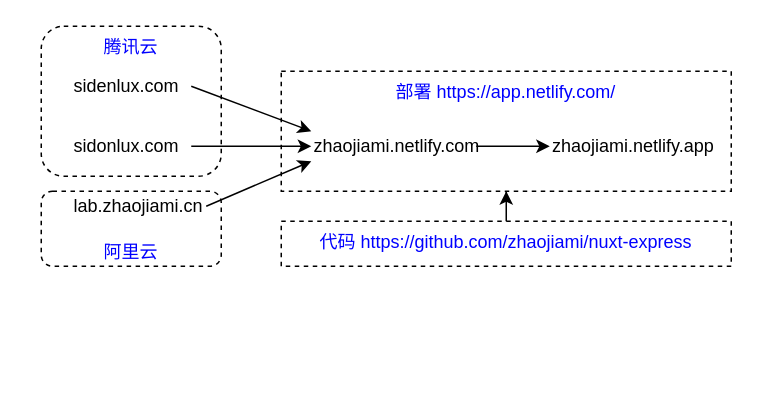
zhaojiami/zhaojiami.github.io keeps this draw.io diagram as sidenlux.com.drawio. Above is the earlier version. Source tidied: cells renumbered, new cells numbered last; positions are measured from the earlier drawing's top-left corner, leaving out a move shared by most shapes. Both pictures are drawn from the tidied source at 150%, with x=0, y=0 at pixel (40, 26).
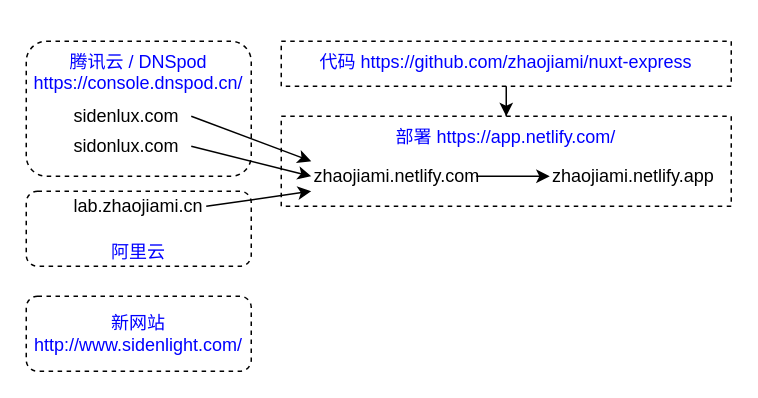
The same diagram, later.

What changed in the source:
```diff
@@
 <mxGraphModel>
   <root>
     <mxCell id="0" />
     <mxCell id="1" parent="0" />
+    <mxCell id="11" value="&lt;font color=&quot;#0000ff&quot;&gt;部署 https://app.netlify.com/&lt;/font&gt;" style="rounded=0;whiteSpace=wrap;html=1;align=center;fillColor=none;dashed=1;verticalAlign=top;" parent="1" vertex="1">
+      <mxGeometry x="160" y="60" width="300" height="60" as="geometry" />
+    </mxCell>
+    <mxCell id="15" value="&lt;font&gt;阿里云&lt;/font&gt;" style="rounded=1;whiteSpace=wrap;html=1;dashed=1;fillColor=none;align=center;verticalAlign=bottom;fontColor=#0000FF;" parent="1" vertex="1">
+      <mxGeometry x="-10" y="110" width="150" height="50" as="geometry" />
+    </mxCell>
+    <mxCell id="14" value="&lt;font&gt;腾讯云 / DNSpod&lt;br&gt;https://console.dnspod.cn/&lt;br&gt;&lt;/font&gt;" style="rounded=1;whiteSpace=wrap;html=1;dashed=1;fillColor=none;align=center;verticalAlign=top;fontColor=#0000FF;" parent="1" vertex="1">
+      <mxGeometry x="-10" y="10" width="150" height="90" as="geometry" />
+    </mxCell>
     <mxCell id="2" value="sidenlux.com" style="text;html=1;strokeColor=none;fillColor=none;align=left;verticalAlign=middle;whiteSpace=wrap;rounded=0;" parent="1" vertex="1">
-      <mxGeometry x="20" y="30" width="80" height="20" as="geometry" />
+      <mxGeometry x="20" y="50" width="80" height="20" as="geometry" />
     </mxCell>
     <mxCell id="3" value="sidonlux.com" style="text;html=1;strokeColor=none;fillColor=none;align=left;verticalAlign=middle;whiteSpace=wrap;rounded=0;" parent="1" vertex="1">
       <mxGeometry x="20" y="70" width="80" height="20" as="geometry" />
     </mxCell>
     <mxCell id="4" value="lab.zhaojiami.cn" style="text;html=1;strokeColor=none;fillColor=none;align=left;verticalAlign=middle;whiteSpace=wrap;rounded=0;" parent="1" vertex="1">
       <mxGeometry x="20" y="110" width="90" height="20" as="geometry" />
     </mxCell>
     <mxCell id="5" style="edgeStyle=orthogonalEdgeStyle;rounded=0;jettySize=auto;html=1;" parent="1" edge="1" source="6" target="7">
       <mxGeometry relative="1" as="geometry" />
     </mxCell>
     <mxCell id="6" value="zhaojiami.netlify.com" style="text;html=1;strokeColor=none;fillColor=none;align=left;verticalAlign=middle;whiteSpace=wrap;rounded=0;" parent="1" vertex="1">
-      <mxGeometry x="180" y="70" width="110" height="20" as="geometry" />
+      <mxGeometry x="180" y="90" width="110" height="20" as="geometry" />
     </mxCell>
     <mxCell id="7" value="zhaojiami.netlify.app" style="text;html=1;strokeColor=none;fillColor=none;align=left;verticalAlign=middle;whiteSpace=wrap;rounded=0;" parent="1" vertex="1">
-      <mxGeometry x="339" y="70" width="110" height="20" as="geometry" />
+      <mxGeometry x="339" y="90" width="110" height="20" as="geometry" />
     </mxCell>
     <mxCell id="8" style="endArrow=classic;html=1;entryX=0;entryY=0;entryDx=0;entryDy=0;exitX=1;exitY=0.5;exitDx=0;exitDy=0;" parent="1" edge="1" source="2" target="6">
       <mxGeometry relative="1" as="geometry" />
     </mxCell>
     <mxCell id="9" style="endArrow=classic;html=1;entryX=0;entryY=0.5;entryDx=0;entryDy=0;exitX=1;exitY=0.5;exitDx=0;exitDy=0;" parent="1" edge="1" source="3" target="6">
       <mxGeometry relative="1" as="geometry" />
     </mxCell>
     <mxCell id="10" style="endArrow=classic;html=1;entryX=0;entryY=1;entryDx=0;entryDy=0;exitX=1;exitY=0.5;exitDx=0;exitDy=0;" parent="1" edge="1" source="4" target="6">
       <mxGeometry relative="1" as="geometry" />
     </mxCell>
-    <mxCell id="11" value="&lt;font color=&quot;#0000ff&quot;&gt;部署 https://app.netlify.com/&lt;/font&gt;" style="rounded=0;whiteSpace=wrap;html=1;align=center;fillColor=none;dashed=1;verticalAlign=top;" parent="1" vertex="1">
-      <mxGeometry x="160" y="30" width="300" height="80" as="geometry" />
-    </mxCell>
     <mxCell id="12" style="edgeStyle=orthogonalEdgeStyle;rounded=0;jettySize=auto;html=1;fontColor=#00FF00;" parent="1" edge="1" source="13" target="11">
       <mxGeometry relative="1" as="geometry" />
     </mxCell>
     <mxCell id="13" value="&lt;font&gt;代码&amp;nbsp;https://github.com/zhaojiami/nuxt-express&lt;/font&gt;" style="rounded=0;whiteSpace=wrap;html=1;align=center;fillColor=none;dashed=1;verticalAlign=top;fontColor=#0000FF;" parent="1" vertex="1">
-      <mxGeometry x="160" y="130" width="300" height="30" as="geometry" />
+      <mxGeometry x="160" y="10" width="300" height="30" as="geometry" />
     </mxCell>
-    <mxCell id="14" value="&lt;font&gt;腾讯云&lt;/font&gt;" style="rounded=1;whiteSpace=wrap;html=1;dashed=1;fillColor=none;align=center;verticalAlign=top;fontColor=#0000FF;" parent="1" vertex="1">
-      <mxGeometry width="120" height="100" as="geometry" />
-    </mxCell>
-    <mxCell id="15" value="&lt;font&gt;阿里云&lt;/font&gt;" style="rounded=1;whiteSpace=wrap;html=1;dashed=1;fillColor=none;align=center;verticalAlign=bottom;fontColor=#0000FF;" parent="1" vertex="1">
-      <mxGeometry y="110" width="120" height="50" as="geometry" />
-    </mxCell>
+    <mxCell id="16" value="新网站&lt;br&gt;http://www.sidenlight.com/" style="rounded=1;whiteSpace=wrap;html=1;dashed=1;fontColor=#0000FF;fillColor=none;align=center;verticalAlign=middle;" parent="1" vertex="1">
+      <mxGeometry x="-10" y="180" width="150" height="50" as="geometry" />
+    </mxCell>
   </root>
 </mxGraphModel>
```
